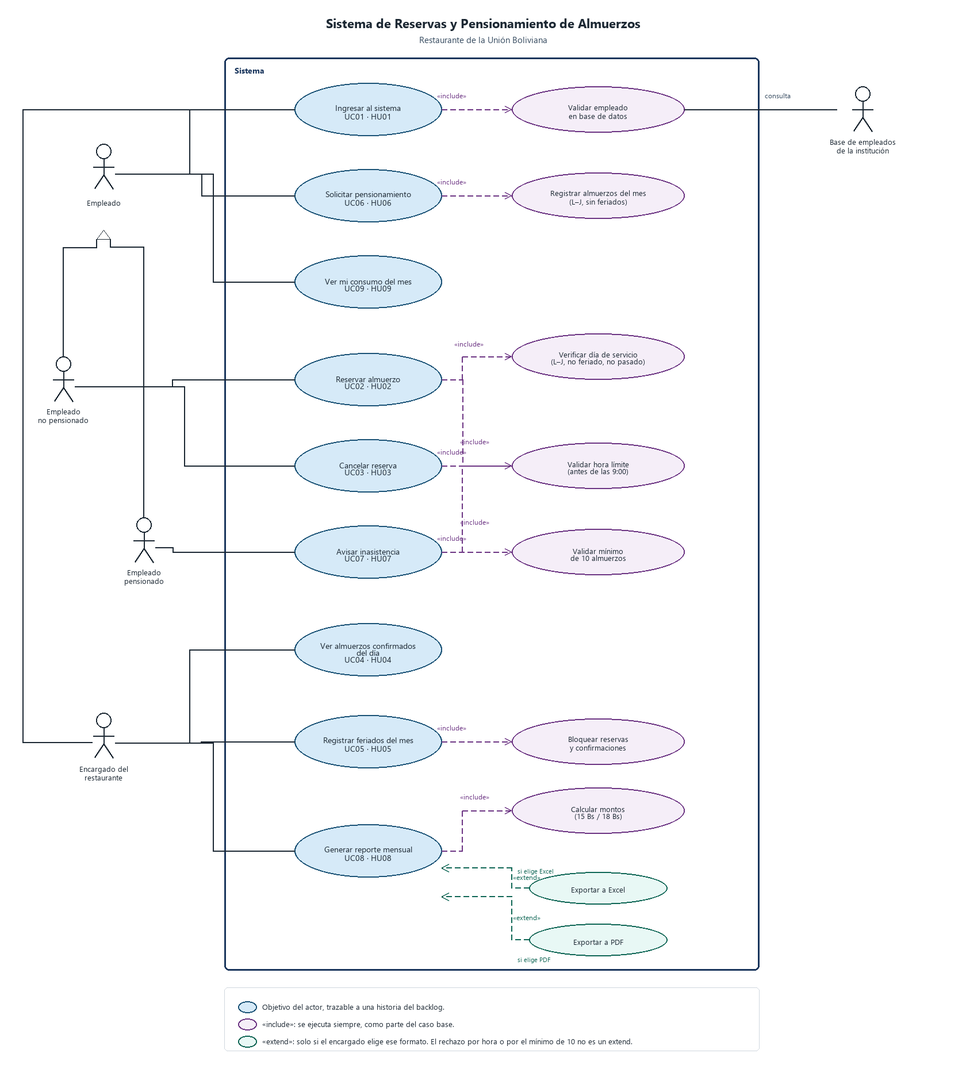
This is entregables/diagrams/casos-de-uso.png from GalletitaDeAnis/UAB-PROYECTO-ING-SOFTWARE, a PlantUML export, as it was before one commit. Its source is kept beside it as entregables/diagrams/casos-de-uso.puml. Its diagram source:
```plantuml
@startuml casos-de-uso
skinparam backgroundColor white
skinparam shadowing false
skinparam linetype ortho
skinparam roundcorner 8
skinparam defaultFontName Arial
skinparam dpi 140

skinparam actor {
  FontSize 13
  FontColor #1A1A1A
}

skinparam usecase {
  BackgroundColor #D6EAF8
  BorderColor #1A5276
  FontSize 12
  FontColor #1A1A1A
}

skinparam rectangle {
  BorderColor #1A365D
  FontSize 14
  FontStyle bold
}

left to right direction

actor "Empleado" as Emp
actor "Empleado\nno pensionado" as ENP
actor "Empleado\npensionado" as EP
actor "Encargado del\nrestaurante" as Enc
actor "Base de empleados\nde la institución" as BD

ENP -up-|> Emp
EP -up-|> Emp

rectangle "Sistema de Reservas y Pensionamiento de Almuerzos\nRestaurante de la Unión Boliviana" {
  usecase "Ingresar al sistema\n(UC01 · HU01)" as UC01
  usecase "Reservar almuerzo\n(UC02 · HU02)" as UC02
  usecase "Cancelar reserva\n(UC03 · HU03)" as UC03
  usecase "Ver almuerzos\nconfirmados del día\n(UC04 · HU04)" as UC04
  usecase "Registrar feriados\ndel mes\n(UC05 · HU05)" as UC05
  usecase "Solicitar\npensionamiento\n(UC06 · HU06)" as UC06
  usecase "Avisar inasistencia\n(UC07 · HU07)" as UC07
  usecase "Generar reporte\nmensual\n(UC08 · HU08)" as UC08
  usecase "Ver mi consumo\ndel mes\n(UC09 · HU09)" as UC09

  usecase "Validar empleado\nen base de datos" as I1 #EDE4F5
  usecase "Verificar día de servicio\n(L–J, no feriado)" as I2 #EDE4F5
  usecase "Validar hora límite\n(antes de las 9:00)" as I3 #EDE4F5
  usecase "Bloquear reservas\ny confirmaciones" as I4 #EDE4F5
  usecase "Registrar almuerzos\ndel mes (L–J, sin feriados)" as I5 #EDE4F5
  usecase "Validar mínimo\nde 10 almuerzos" as I6 #EDE4F5
  usecase "Calcular montos\n(15 Bs / 18 Bs)" as I7 #EDE4F5
  usecase "Exportar a Excel" as X1 #E3F6E8
  usecase "Exportar a PDF" as X2 #E3F6E8

  UC01 .> I1 : <<include>>
  UC02 .> I2 : <<include>>
  UC02 .> I3 : <<include>>
  UC03 .> I3 : <<include>>
  UC05 .> I4 : <<include>>
  UC06 .> I5 : <<include>>
  UC07 .> I3 : <<include>>
  UC07 .> I6 : <<include>>
  UC08 .> I7 : <<include>>
  X1 .> UC08 : <<extend>>\ncondición: elige Excel
  X2 .> UC08 : <<extend>>\ncondición: elige PDF
}

Emp --> UC01
Emp --> UC06
Emp --> UC09
ENP --> UC02
ENP --> UC03
EP --> UC07
Enc --> UC01
Enc --> UC04
Enc --> UC05
Enc --> UC08
I1 -- BD

legend
  Azul: objetivo de un actor, trazable a una historia.
  Violeta: <<include>>. Se ejecuta siempre.
  Verde: <<extend>>. Solo si el encargado elige ese formato.
  El rechazo por hora, por feriado o por el mínimo de 10
  es flujo alternativo, no un <<extend>>.
  La base de empleados no inicia casos de uso.
endlegend
@enduml
```
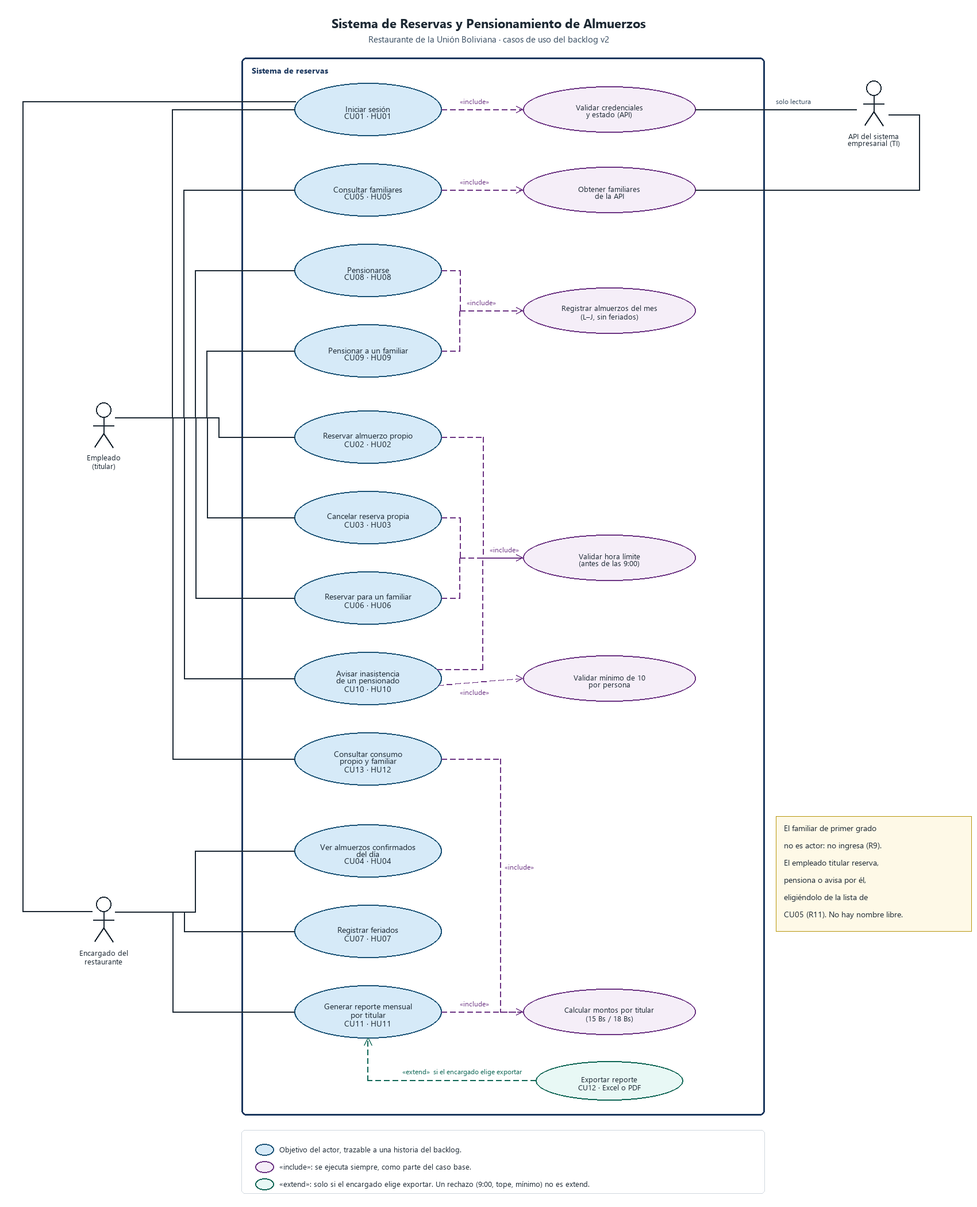
Later version of the same file.

Commit message:
Pasar a Markdown el backlog y los casos de uso v2 del equipo, con los diagramas corregidos y la revisión pendiente.

What changed in the source:
```diff
@@ -1,92 +1,75 @@
 @startuml casos-de-uso
 skinparam backgroundColor white
 skinparam shadowing false
-skinparam linetype ortho
-skinparam roundcorner 8
 skinparam defaultFontName Arial
 skinparam dpi 140
+skinparam actorStyle awesome
+skinparam usecase {
+  BackgroundColor #EAF3FB
+  BorderColor #1A5276
+  FontSize 13
+}
+skinparam rectangle {
+  BorderColor #1A365D
+  FontSize 15
+}
+left to right direction
 
-skinparam actor {
-  FontSize 13
-  FontColor #1A1A1A
+title Casos de uso (backlog v2)\nSistema de reservas del restaurante · Unión Boliviana
+
+actor "Empleado\n(titular)" as Emp
+actor "Encargado del\nrestaurante" as Enc
+actor "API del sistema\nempresarial" as API <<sistema>>
+
+rectangle "Sistema de reservas" {
+  usecase "CU01 Iniciar sesión\n(HU01)" as CU01
+  usecase "CU02 Reservar almuerzo propio\n(HU02)" as CU02
+  usecase "CU03 Cancelar reserva propia\n(HU03)" as CU03
+  usecase "CU05 Consultar familiares\n(HU05)" as CU05
+  usecase "CU06 Reservar para familiar\n(HU06)" as CU06
+  usecase "CU08 Pensionarse\n(HU08)" as CU08
+  usecase "CU09 Pensionar familiar\n(HU09)" as CU09
+  usecase "CU10 Avisar inasistencia\n(HU10)" as CU10
+  usecase "CU13 Consultar consumo\npropio y familiar (HU12)" as CU13
+
+  usecase "CU04 Ver almuerzos del día\n(HU04)" as CU04
+  usecase "CU07 Registrar feriados\n(HU07)" as CU07
+  usecase "CU11 Generar reporte mensual\npor titular (HU11)" as CU11
+  usecase "CU12 Exportar reporte\n(Excel / PDF)" as CU12
+
+  usecase "Registrar almuerzos\ndel mes" as RAM #F3E8FA
+  usecase "Validar hora límite\n(antes de las 9:00)" as VHL #F3E8FA
 }
 
-skinparam usecase {
-  BackgroundColor #D6EAF8
-  BorderColor #1A5276
-  FontSize 12
-  FontColor #1A1A1A
-}
+Emp --> CU01
+Emp --> CU02
+Emp --> CU03
+Emp --> CU05
+Emp --> CU06
+Emp --> CU08
+Emp --> CU09
+Emp --> CU10
+Emp --> CU13
 
-skinparam rectangle {
-  BorderColor #1A365D
-  FontSize 14
-  FontStyle bold
-}
+CU04 <-- Enc
+CU07 <-- Enc
+CU11 <-- Enc
+CU01 <-- Enc
 
-left to right direction
+CU01 --> API
+CU05 --> API
 
-actor "Empleado" as Emp
-actor "Empleado\nno pensionado" as ENP
-actor "Empleado\npensionado" as EP
-actor "Encargado del\nrestaurante" as Enc
-actor "Base de empleados\nde la institución" as BD
+CU08 ..> RAM : <<include>>
+CU09 ..> RAM : <<include>>
+CU02 ..> VHL : <<include>>
+CU03 ..> VHL : <<include>>
+CU06 ..> VHL : <<include>>
+CU10 ..> VHL : <<include>>
+CU12 ..> CU11 : <<extend>>\n(si elige exportar)
 
-ENP -up-|> Emp
-EP -up-|> Emp
-
-rectangle "Sistema de Reservas y Pensionamiento de Almuerzos\nRestaurante de la Unión Boliviana" {
-  usecase "Ingresar al sistema\n(UC01 · HU01)" as UC01
-  usecase "Reservar almuerzo\n(UC02 · HU02)" as UC02
-  usecase "Cancelar reserva\n(UC03 · HU03)" as UC03
-  usecase "Ver almuerzos\nconfirmados del día\n(UC04 · HU04)" as UC04
-  usecase "Registrar feriados\ndel mes\n(UC05 · HU05)" as UC05
-  usecase "Solicitar\npensionamiento\n(UC06 · HU06)" as UC06
-  usecase "Avisar inasistencia\n(UC07 · HU07)" as UC07
-  usecase "Generar reporte\nmensual\n(UC08 · HU08)" as UC08
-  usecase "Ver mi consumo\ndel mes\n(UC09 · HU09)" as UC09
-
-  usecase "Validar empleado\nen base de datos" as I1 #EDE4F5
-  usecase "Verificar día de servicio\n(L–J, no feriado)" as I2 #EDE4F5
-  usecase "Validar hora límite\n(antes de las 9:00)" as I3 #EDE4F5
-  usecase "Bloquear reservas\ny confirmaciones" as I4 #EDE4F5
-  usecase "Registrar almuerzos\ndel mes (L–J, sin feriados)" as I5 #EDE4F5
-  usecase "Validar mínimo\nde 10 almuerzos" as I6 #EDE4F5
-  usecase "Calcular montos\n(15 Bs / 18 Bs)" as I7 #EDE4F5
-  usecase "Exportar a Excel" as X1 #E3F6E8
-  usecase "Exportar a PDF" as X2 #E3F6E8
-
-  UC01 .> I1 : <<include>>
-  UC02 .> I2 : <<include>>
-  UC02 .> I3 : <<include>>
-  UC03 .> I3 : <<include>>
-  UC05 .> I4 : <<include>>
-  UC06 .> I5 : <<include>>
-  UC07 .> I3 : <<include>>
-  UC07 .> I6 : <<include>>
-  UC08 .> I7 : <<include>>
-  X1 .> UC08 : <<extend>>\ncondición: elige Excel
-  X2 .> UC08 : <<extend>>\ncondición: elige PDF
-}
-
-Emp --> UC01
-Emp --> UC06
-Emp --> UC09
-ENP --> UC02
-ENP --> UC03
-EP --> UC07
-Enc --> UC01
-Enc --> UC04
-Enc --> UC05
-Enc --> UC08
-I1 -- BD
-
-legend
-  Azul: objetivo de un actor, trazable a una historia.
-  Violeta: <<include>>. Se ejecuta siempre.
-  Verde: <<extend>>. Solo si el encargado elige ese formato.
-  El rechazo por hora, por feriado o por el mínimo de 10
-  es flujo alternativo, no un <<extend>>.
-  La base de empleados no inicia casos de uso.
-endlegend
+note bottom of CU06
+  El familiar no es actor: no ingresa (R9).
+  El empleado elige a una persona
+  de la lista de CU05 (R11).
+end note
 @enduml
```
